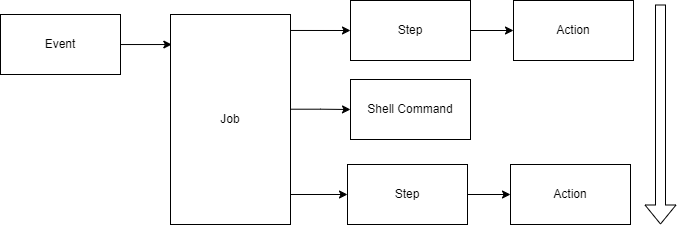
Above: slides/img/event-job.drawio.png in codebytes/github-actions-demos (draw.io), before the change. Source tidied: cells renumbered, new cells last; positions are measured from the earlier drawing's top-left corner, leaving out a move shared by most shapes. Source of this version:
```xml
<mxGraphModel>
  <root>
    <mxCell id="0" />
    <mxCell id="1" parent="0" />
    <mxCell id="2" style="edgeStyle=orthogonalEdgeStyle;rounded=0;jettySize=auto;html=1;entryX=0.011;entryY=0.143;entryDx=0;entryDy=0;entryPerimeter=0;" parent="1" edge="1" source="3" target="6">
      <mxGeometry relative="1" as="geometry" />
    </mxCell>
    <mxCell id="3" value="Event" style="rounded=0;whiteSpace=wrap;html=1;" parent="1" vertex="1">
      <mxGeometry y="14" width="120" height="60" as="geometry" />
    </mxCell>
    <mxCell id="4" style="edgeStyle=orthogonalEdgeStyle;rounded=0;jettySize=auto;html=1;exitX=0.967;exitY=0.076;exitDx=0;exitDy=0;exitPerimeter=0;entryX=0;entryY=0.5;entryDx=0;entryDy=0;" parent="1" edge="1" source="6" target="8">
      <mxGeometry relative="1" as="geometry" />
    </mxCell>
    <mxCell id="5" style="edgeStyle=orthogonalEdgeStyle;rounded=0;jettySize=auto;html=1;exitX=0.983;exitY=0.451;exitDx=0;exitDy=0;exitPerimeter=0;" parent="1" edge="1" source="6" target="10">
      <mxGeometry relative="1" as="geometry" />
    </mxCell>
    <mxCell id="6" value="Job" style="rounded=0;whiteSpace=wrap;html=1;" parent="1" vertex="1">
      <mxGeometry x="170" y="14" width="120" height="210" as="geometry" />
    </mxCell>
    <mxCell id="7" style="edgeStyle=orthogonalEdgeStyle;rounded=0;jettySize=auto;html=1;" parent="1" edge="1" source="8" target="9">
      <mxGeometry relative="1" as="geometry" />
    </mxCell>
    <mxCell id="8" value="Step" style="whiteSpace=wrap;html=1;rounded=0;" parent="1" vertex="1">
      <mxGeometry x="350" width="120" height="60" as="geometry" />
    </mxCell>
    <mxCell id="9" value="Action" style="whiteSpace=wrap;html=1;rounded=0;" parent="1" vertex="1">
      <mxGeometry x="513" width="120" height="60" as="geometry" />
    </mxCell>
    <mxCell id="10" value="Shell Command" style="whiteSpace=wrap;html=1;rounded=0;" parent="1" vertex="1">
      <mxGeometry x="350" y="79" width="120" height="60" as="geometry" />
    </mxCell>
    <mxCell id="11" style="edgeStyle=orthogonalEdgeStyle;rounded=0;jettySize=auto;html=1;" parent="1" edge="1" source="12" target="13">
      <mxGeometry relative="1" as="geometry" />
    </mxCell>
    <mxCell id="12" value="Step" style="whiteSpace=wrap;html=1;rounded=0;" parent="1" vertex="1">
      <mxGeometry x="347" y="164" width="120" height="60" as="geometry" />
    </mxCell>
    <mxCell id="13" value="Action" style="whiteSpace=wrap;html=1;rounded=0;" parent="1" vertex="1">
      <mxGeometry x="510" y="164" width="120" height="60" as="geometry" />
    </mxCell>
    <mxCell id="14" style="edgeStyle=orthogonalEdgeStyle;rounded=0;jettySize=auto;html=1;entryX=0;entryY=0.5;entryDx=0;entryDy=0;" parent="1" edge="1" target="12">
      <mxGeometry relative="1" as="geometry">
        <mxPoint x="290" y="194" as="sourcePoint" />
      </mxGeometry>
    </mxCell>
    <mxCell id="15" style="shape=flexArrow;endArrow=classic;html=1;" parent="1" edge="1">
      <mxGeometry relative="1" as="geometry">
        <mxPoint x="660" y="4" as="sourcePoint" />
        <mxPoint x="660" y="224" as="targetPoint" />
      </mxGeometry>
    </mxCell>
  </root>
</mxGraphModel>
```
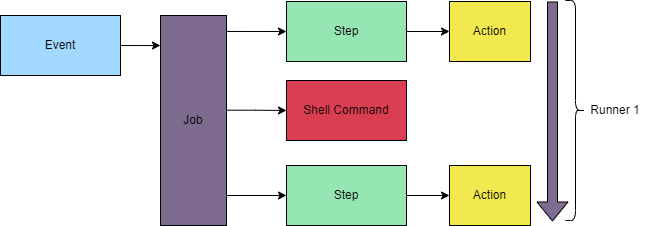
After the commit.

The edit, as a diff of the source:
```diff
@@ -2,52 +2,62 @@
   <root>
     <mxCell id="0" />
     <mxCell id="1" parent="0" />
+    <mxCell id="3" value="Event" style="rounded=0;whiteSpace=wrap;html=1;fillColor=#A3D9FF;fontColor=#000000;strokeColor=#000000;labelBackgroundColor=none;" parent="1" vertex="1">
+      <mxGeometry y="-41" width="120" height="60" as="geometry" />
+    </mxCell>
+    <mxCell id="16" style="edgeStyle=orthogonalEdgeStyle;rounded=0;jettySize=auto;html=1;exitX=0.967;exitY=0.076;exitDx=0;exitDy=0;exitPerimeter=0;entryX=0;entryY=0.5;entryDx=0;entryDy=0;" parent="1" edge="1" target="19">
+      <mxGeometry relative="1" as="geometry">
+        <mxPoint x="222" y="-25" as="sourcePoint" />
+      </mxGeometry>
+    </mxCell>
+    <mxCell id="17" style="edgeStyle=orthogonalEdgeStyle;rounded=0;jettySize=auto;html=1;exitX=0.983;exitY=0.451;exitDx=0;exitDy=0;exitPerimeter=0;" parent="1" edge="1" target="10">
+      <mxGeometry relative="1" as="geometry">
+        <mxPoint x="224" y="53.7" as="sourcePoint" />
+      </mxGeometry>
+    </mxCell>
+    <mxCell id="18" style="edgeStyle=orthogonalEdgeStyle;rounded=0;jettySize=auto;html=1;" parent="1" edge="1" source="19" target="20">
+      <mxGeometry relative="1" as="geometry" />
+    </mxCell>
+    <mxCell id="19" value="Step" style="whiteSpace=wrap;html=1;rounded=0;fontColor=#000000;fillColor=#96E6B3;strokeColor=#000000;" parent="1" vertex="1">
+      <mxGeometry x="286" y="-55" width="120" height="60" as="geometry" />
+    </mxCell>
+    <mxCell id="20" value="Action" style="whiteSpace=wrap;html=1;rounded=0;fontColor=#000000;fillColor=#F2E94E;strokeColor=#000000;" parent="1" vertex="1">
+      <mxGeometry x="449" y="-55" width="81" height="60" as="geometry" />
+    </mxCell>
+    <mxCell id="10" value="Shell Command" style="whiteSpace=wrap;html=1;rounded=0;fillColor=#DA3E52;strokeColor=#000000;fontColor=#000000;" parent="1" vertex="1">
+      <mxGeometry x="286" y="24" width="120" height="60" as="geometry" />
+    </mxCell>
+    <mxCell id="21" style="edgeStyle=orthogonalEdgeStyle;rounded=0;jettySize=auto;html=1;" parent="1" edge="1" source="22" target="23">
+      <mxGeometry relative="1" as="geometry" />
+    </mxCell>
+    <mxCell id="22" value="Step" style="whiteSpace=wrap;html=1;rounded=0;fontColor=#000000;fillColor=#96E6B3;strokeColor=#000000;" parent="1" vertex="1">
+      <mxGeometry x="286" y="109" width="120" height="60" as="geometry" />
+    </mxCell>
+    <mxCell id="23" value="Action" style="whiteSpace=wrap;html=1;rounded=0;fontColor=#000000;fillColor=#F2E94E;strokeColor=#000000;" parent="1" vertex="1">
+      <mxGeometry x="449" y="109" width="81" height="60" as="geometry" />
+    </mxCell>
+    <mxCell id="24" style="edgeStyle=orthogonalEdgeStyle;rounded=0;jettySize=auto;html=1;entryX=0;entryY=0.5;entryDx=0;entryDy=0;" parent="1" edge="1" target="22">
+      <mxGeometry relative="1" as="geometry">
+        <mxPoint x="226" y="139" as="sourcePoint" />
+      </mxGeometry>
+    </mxCell>
-    <mxCell id="2" style="edgeStyle=orthogonalEdgeStyle;rounded=0;jettySize=auto;html=1;entryX=0.011;entryY=0.143;entryDx=0;entryDy=0;entryPerimeter=0;" parent="1" edge="1" source="3" target="6">
+    <mxCell id="2" style="edgeStyle=orthogonalEdgeStyle;rounded=0;jettySize=auto;html=1;exitX=1;exitY=0.5;exitDx=0;exitDy=0;entryX=0;entryY=0.143;entryDx=0;entryDy=0;entryPerimeter=0;" parent="1" edge="1" source="3" target="6">
       <mxGeometry relative="1" as="geometry" />
     </mxCell>
-    <mxCell id="3" value="Event" style="rounded=0;whiteSpace=wrap;html=1;" parent="1" vertex="1">
-      <mxGeometry y="14" width="120" height="60" as="geometry" />
-    </mxCell>
-    <mxCell id="4" style="edgeStyle=orthogonalEdgeStyle;rounded=0;jettySize=auto;html=1;exitX=0.967;exitY=0.076;exitDx=0;exitDy=0;exitPerimeter=0;entryX=0;entryY=0.5;entryDx=0;entryDy=0;" parent="1" edge="1" source="6" target="8">
-      <mxGeometry relative="1" as="geometry" />
-    </mxCell>
-    <mxCell id="5" style="edgeStyle=orthogonalEdgeStyle;rounded=0;jettySize=auto;html=1;exitX=0.983;exitY=0.451;exitDx=0;exitDy=0;exitPerimeter=0;" parent="1" edge="1" source="6" target="10">
-      <mxGeometry relative="1" as="geometry" />
-    </mxCell>
+    <mxCell id="25" style="shape=curlyBracket;whiteSpace=wrap;html=1;rounded=1;flipH=1;labelPosition=right;verticalLabelPosition=middle;align=left;verticalAlign=middle;" parent="1" vertex="1">
+      <mxGeometry x="565" y="-56" width="20" height="220" as="geometry" />
+    </mxCell>
+    <mxCell id="26" style="shape=flexArrow;endArrow=classic;html=1;fillColor=#7E6B8F;" parent="1" edge="1">
+      <mxGeometry relative="1" as="geometry">
+        <mxPoint x="552" y="-55" as="sourcePoint" />
+        <mxPoint x="552" y="165" as="targetPoint" />
+      </mxGeometry>
+    </mxCell>
-    <mxCell id="6" value="Job" style="rounded=0;whiteSpace=wrap;html=1;" parent="1" vertex="1">
-      <mxGeometry x="170" y="14" width="120" height="210" as="geometry" />
+    <mxCell id="6" value="Job" style="rounded=0;whiteSpace=wrap;html=1;fillColor=#7E6B8F;fontColor=#000000;strokeColor=#000000;" parent="1" vertex="1">
+      <mxGeometry x="160" y="-41" width="66" height="210" as="geometry" />
     </mxCell>
-    <mxCell id="7" style="edgeStyle=orthogonalEdgeStyle;rounded=0;jettySize=auto;html=1;" parent="1" edge="1" source="8" target="9">
-      <mxGeometry relative="1" as="geometry" />
-    </mxCell>
-    <mxCell id="8" value="Step" style="whiteSpace=wrap;html=1;rounded=0;" parent="1" vertex="1">
-      <mxGeometry x="350" width="120" height="60" as="geometry" />
-    </mxCell>
-    <mxCell id="9" value="Action" style="whiteSpace=wrap;html=1;rounded=0;" parent="1" vertex="1">
-      <mxGeometry x="513" width="120" height="60" as="geometry" />
-    </mxCell>
-    <mxCell id="10" value="Shell Command" style="whiteSpace=wrap;html=1;rounded=0;" parent="1" vertex="1">
-      <mxGeometry x="350" y="79" width="120" height="60" as="geometry" />
-    </mxCell>
-    <mxCell id="11" style="edgeStyle=orthogonalEdgeStyle;rounded=0;jettySize=auto;html=1;" parent="1" edge="1" source="12" target="13">
-      <mxGeometry relative="1" as="geometry" />
-    </mxCell>
-    <mxCell id="12" value="Step" style="whiteSpace=wrap;html=1;rounded=0;" parent="1" vertex="1">
-      <mxGeometry x="347" y="164" width="120" height="60" as="geometry" />
-    </mxCell>
-    <mxCell id="13" value="Action" style="whiteSpace=wrap;html=1;rounded=0;" parent="1" vertex="1">
-      <mxGeometry x="510" y="164" width="120" height="60" as="geometry" />
-    </mxCell>
-    <mxCell id="14" style="edgeStyle=orthogonalEdgeStyle;rounded=0;jettySize=auto;html=1;entryX=0;entryY=0.5;entryDx=0;entryDy=0;" parent="1" edge="1" target="12">
-      <mxGeometry relative="1" as="geometry">
-        <mxPoint x="290" y="194" as="sourcePoint" />
-      </mxGeometry>
-    </mxCell>
-    <mxCell id="15" style="shape=flexArrow;endArrow=classic;html=1;" parent="1" edge="1">
-      <mxGeometry relative="1" as="geometry">
-        <mxPoint x="660" y="4" as="sourcePoint" />
-        <mxPoint x="660" y="224" as="targetPoint" />
-      </mxGeometry>
-    </mxCell>
+    <mxCell id="27" value="Runner 1" style="text;html=1;strokeColor=none;fillColor=none;align=center;verticalAlign=middle;whiteSpace=wrap;rounded=0;" parent="1" vertex="1">
+      <mxGeometry x="585" y="39" width="60" height="30" as="geometry" />
+    </mxCell>
   </root>
 </mxGraphModel>
```
